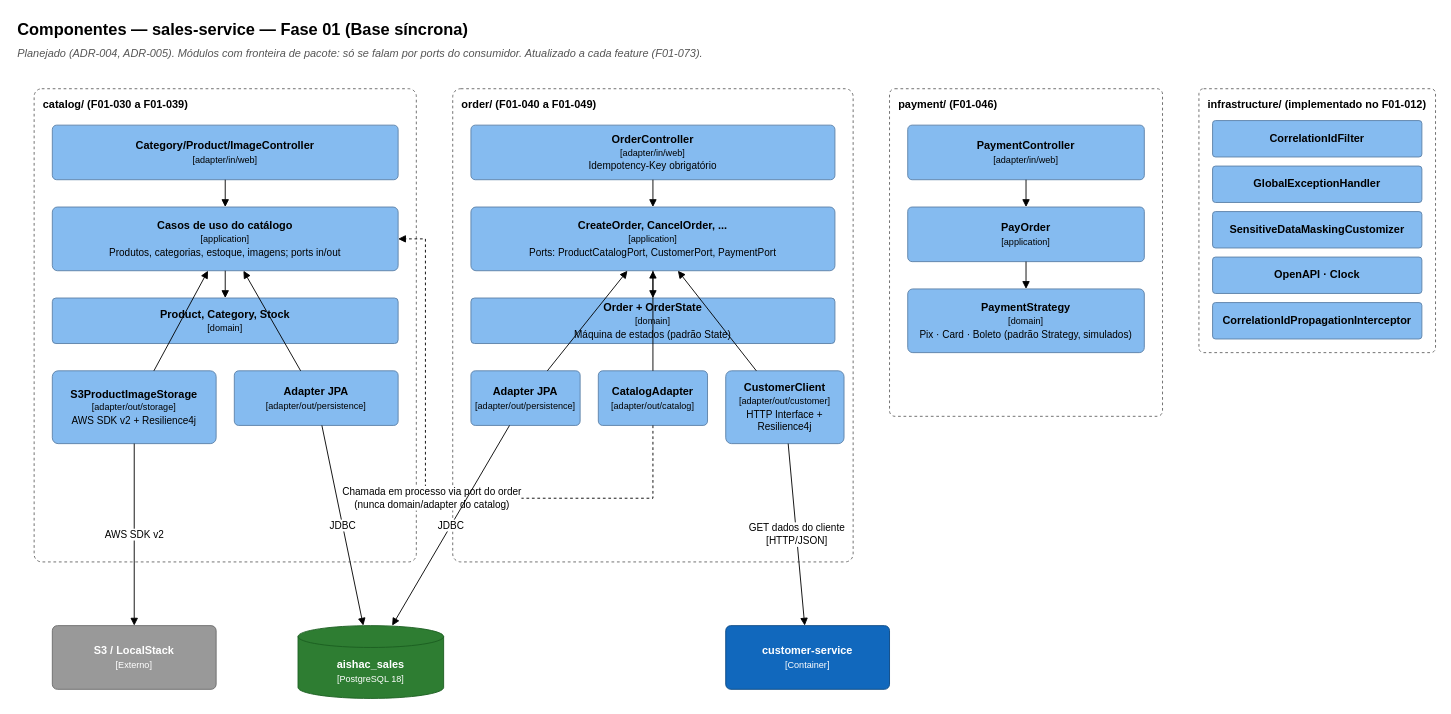
Earlier version of the draw.io diagram page "Componentes — sales-service" (3 of 14) of docs/evolucao/01-base-sincrona/aishac-shop.drawio (antonioishac/aishac-shop). Source tidied: cells renumbered, new cells numbered last; positions are measured from the earlier drawing's top-left corner, leaving out a move shared by most shapes. Both pictures are drawn from the tidied source at 91%, with x=0, y=0 at pixel (15, 15).
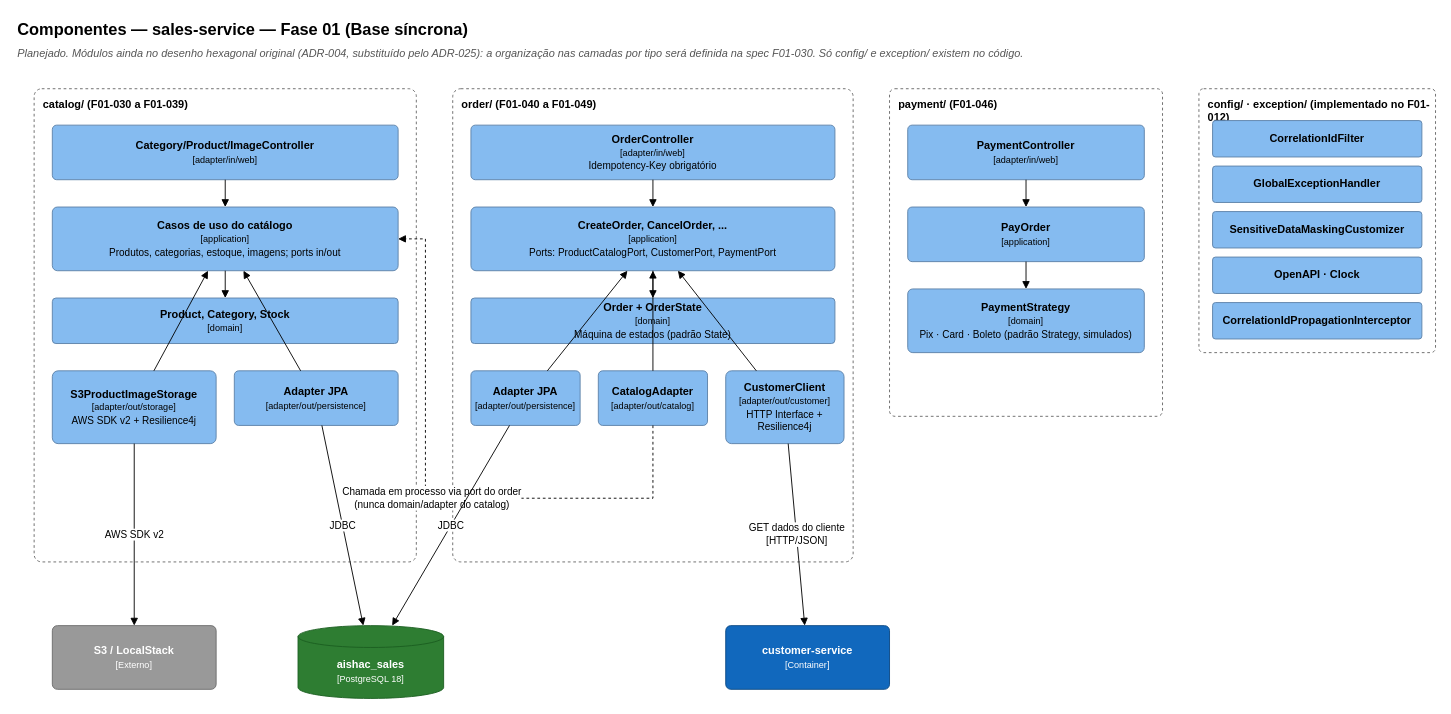
After the change.

The edit, as a diff of the source:
```diff
@@
-    <mxCell id="3" value="Planejado (ADR-004, ADR-005). Módulos com fronteira de pacote: só se falam por ports do consumidor. Atualizado a cada feature (F01-073)." style="text;html=1;fontSize=12;fontStyle=2;align=left;verticalAlign=middle;fontColor=#555555;" parent="1" vertex="1">
+    <mxCell id="3" value="Planejado. Módulos ainda no desenho hexagonal original (ADR-004, substituído pelo ADR-025): a organização nas camadas por tipo será definida na spec F01-030. Só config/ e exception/ existem no código." style="text;html=1;fontSize=12;fontStyle=2;align=left;verticalAlign=middle;fontColor=#555555;" parent="1" vertex="1">
       <mxGeometry y="30" width="1100" height="24" as="geometry" />
     </mxCell>
@@
-    <mxCell id="24" value="infrastructure/ (implementado no F01-012)" style="rounded=1;arcSize=2;whiteSpace=wrap;html=1;dashed=1;fillColor=none;strokeColor=#666666;verticalAlign=top;align=left;spacingLeft=8;spacingTop=4;fontStyle=1;fontSize=12;" parent="1" vertex="1">
+    <mxCell id="24" value="config/ · exception/ (implementado no F01-012)" style="rounded=1;arcSize=2;whiteSpace=wrap;html=1;dashed=1;fillColor=none;strokeColor=#666666;verticalAlign=top;align=left;spacingLeft=8;spacingTop=4;fontStyle=1;fontSize=12;" parent="1" vertex="1">
       <mxGeometry x="1300" y="80" width="260" height="290" as="geometry" />
     </mxCell>
```
